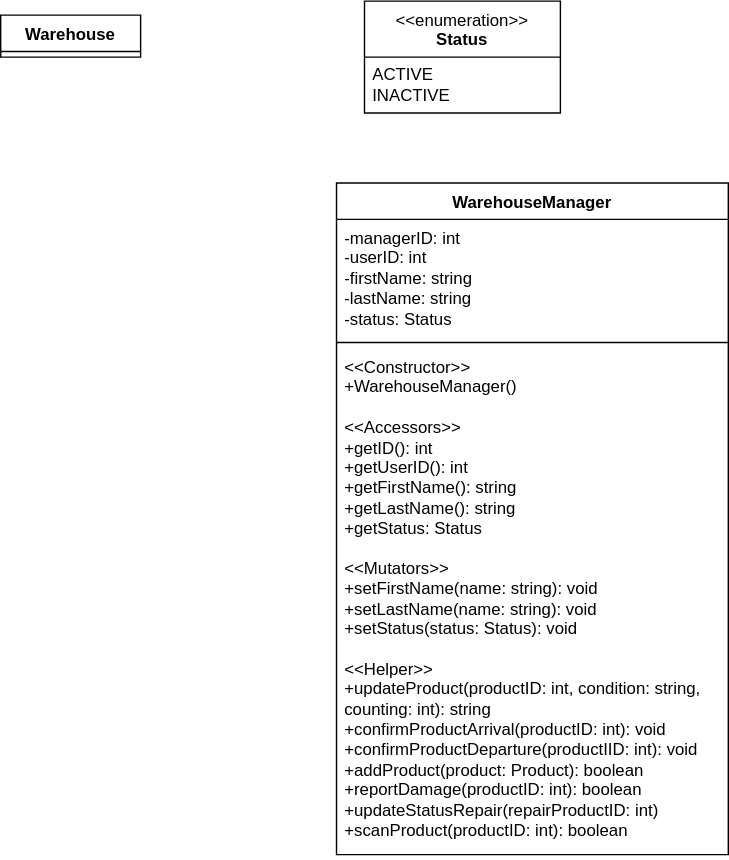
Earlier version of the draw.io export nsirh-classes.svg (Simamkele88/IFM3_GP). Source tidied: cells renumbered, new cells last; positions are measured from the earlier drawing's top-left corner, leaving out a move shared by most shapes.
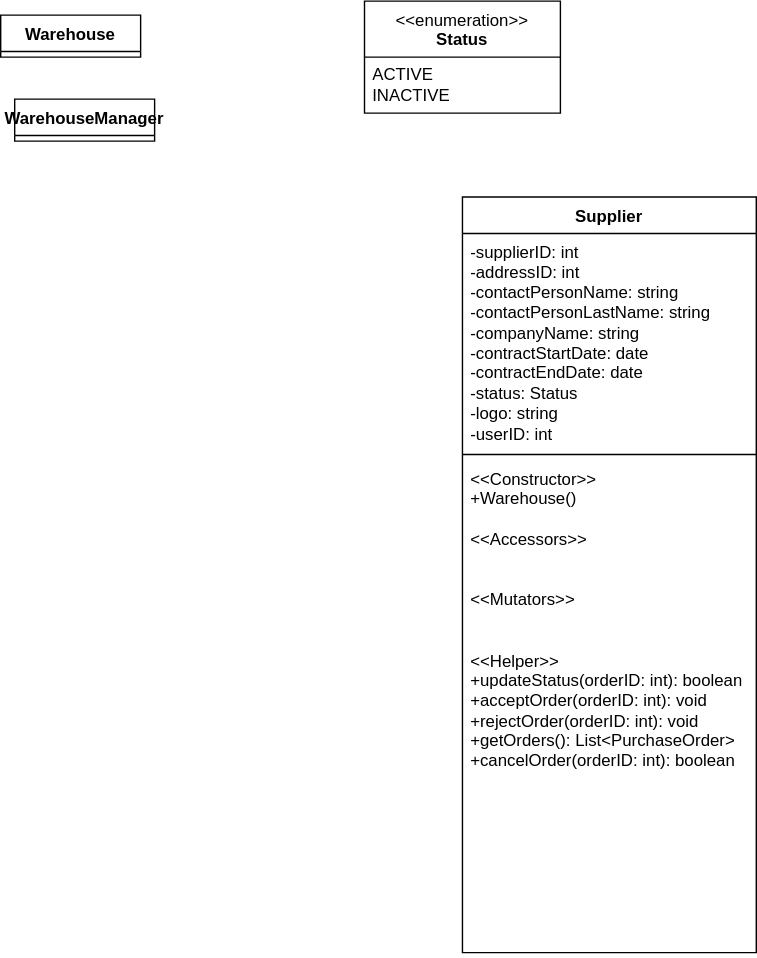
The same diagram one commit later.

What changed in the source:
```diff
@@ -11,17 +11,20 @@
     <mxCell id="4" value="ACTIVE&lt;div&gt;INACTIVE&lt;/div&gt;" style="text;html=1;strokeColor=none;fillColor=none;align=left;verticalAlign=middle;spacingLeft=4;spacingRight=4;overflow=hidden;whiteSpace=wrap;" parent="3" vertex="1">
       <mxGeometry y="40" width="140" height="40" as="geometry" />
     </mxCell>
-    <mxCell id="5" value="WarehouseManager" style="swimlane;fontStyle=1;align=center;verticalAlign=top;horizontal=1;startSize=26;whiteSpace=wrap;html=1;" parent="1" vertex="1">
-      <mxGeometry x="240" y="130" width="280" height="480" as="geometry" />
+    <mxCell id="5" value="WarehouseManager" style="swimlane;fontStyle=1;align=center;verticalAlign=top;horizontal=1;startSize=26;whiteSpace=wrap;html=1;" parent="1" vertex="1" collapsed="1">
+      <mxGeometry x="10" y="70" width="100" height="30" as="geometry" />
     </mxCell>
-    <mxCell id="6" value="-managerID: int&lt;div&gt;-userID: int&lt;/div&gt;&lt;div&gt;-firstName: string&lt;/div&gt;&lt;div&gt;-lastName: string&lt;/div&gt;&lt;div&gt;-status: Status&lt;/div&gt;&lt;div&gt;&lt;br&gt;&lt;/div&gt;" style="text;strokeColor=none;fillColor=none;align=left;verticalAlign=top;spacingLeft=4;spacingRight=4;overflow=hidden;whiteSpace=wrap;html=1;" parent="5" vertex="1">
-      <mxGeometry y="26" width="280" height="84" as="geometry" />
-    </mxCell>
-    <mxCell id="7" style="line;strokeWidth=1;fillColor=none;align=left;verticalAlign=middle;spacingTop=-1;spacingLeft=3;spacingRight=3;labelPosition=right;strokeColor=inherit;" parent="5" vertex="1">
-      <mxGeometry y="110" width="280" height="8" as="geometry" />
-    </mxCell>
-    <mxCell id="8" value="&amp;lt;&amp;lt;Constructor&amp;gt;&amp;gt;&lt;div&gt;+WarehouseManager()&lt;/div&gt;&lt;div&gt;&lt;br&gt;&lt;/div&gt;&lt;div&gt;&amp;lt;&amp;lt;Accessors&amp;gt;&amp;gt;&lt;/div&gt;&lt;div&gt;+getID(): int&lt;/div&gt;&lt;div&gt;+getUserID(): int&lt;/div&gt;&lt;div&gt;+getFirstName(): string&lt;/div&gt;&lt;div&gt;+getLastName(): string&lt;/div&gt;&lt;div&gt;+getStatus: Status&lt;/div&gt;&lt;div&gt;&lt;br&gt;&lt;/div&gt;&lt;div&gt;&amp;lt;&amp;lt;Mutators&amp;gt;&amp;gt;&lt;/div&gt;&lt;div&gt;+setFirstName(name: string): void&lt;/div&gt;&lt;div&gt;+s&lt;span style=&quot;background-color: transparent; color: light-dark(rgb(0, 0, 0), rgb(255, 255, 255));&quot;&gt;etLastName(name: string): void&lt;/span&gt;&lt;/div&gt;&lt;div&gt;+setStatus(status: Status): void&lt;/div&gt;&lt;div&gt;&lt;br&gt;&lt;/div&gt;&lt;div&gt;&amp;lt;&amp;lt;Helper&amp;gt;&amp;gt;&lt;/div&gt;&lt;div&gt;+updateProduct(productID: int, condition: string, counting: int): string&lt;/div&gt;&lt;div&gt;+confirmProductArrival(productID: int): void&lt;/div&gt;&lt;div&gt;+confirmProductDeparture(productIID: int): void&lt;/div&gt;&lt;div&gt;+addProduct(product: Product): boolean&lt;/div&gt;&lt;div&gt;+reportDamage(productID: int): boolean&lt;/div&gt;&lt;div&gt;+updateStatusRepair(repairProductID: int)&lt;/div&gt;&lt;div&gt;+scanProduct(productID: int): boolean&lt;/div&gt;" style="text;strokeColor=none;fillColor=none;align=left;verticalAlign=top;spacingLeft=4;spacingRight=4;overflow=hidden;whiteSpace=wrap;html=1;" parent="5" vertex="1">
-      <mxGeometry y="118" width="280" height="362" as="geometry" />
-    </mxCell>
+    <mxCell id="9" value="Supplier" style="swimlane;fontStyle=1;align=center;verticalAlign=top;horizontal=1;startSize=26;whiteSpace=wrap;html=1;" parent="1" vertex="1">
+      <mxGeometry x="330" y="140" width="210" height="540" as="geometry" />
+    </mxCell>
+    <mxCell id="10" value="-supplierID: int&lt;div&gt;-addressID: int&lt;/div&gt;&lt;div&gt;-contactPersonName: string&lt;/div&gt;&lt;div&gt;-contactPersonLastName: string&lt;/div&gt;&lt;div&gt;-companyName: string&lt;/div&gt;&lt;div&gt;-contractStartDate: date&lt;/div&gt;&lt;div&gt;-contractEndDate: date&lt;/div&gt;&lt;div&gt;-status: Status&lt;/div&gt;&lt;div&gt;-logo: string&lt;/div&gt;&lt;div&gt;-userID: int&lt;/div&gt;" style="text;strokeColor=none;fillColor=none;align=left;verticalAlign=top;spacingLeft=4;spacingRight=4;overflow=hidden;whiteSpace=wrap;html=1;" parent="9" vertex="1">
+      <mxGeometry y="26" width="210" height="154" as="geometry" />
+    </mxCell>
+    <mxCell id="11" style="line;strokeWidth=1;fillColor=none;align=left;verticalAlign=middle;spacingTop=-1;spacingLeft=3;spacingRight=3;labelPosition=right;strokeColor=inherit;" parent="9" vertex="1">
+      <mxGeometry y="180" width="210" height="8" as="geometry" />
+    </mxCell>
+    <mxCell id="12" value="&amp;lt;&amp;lt;Constructor&amp;gt;&amp;gt;&lt;div&gt;+Warehouse()&lt;/div&gt;&lt;div&gt;&lt;br&gt;&lt;/div&gt;&lt;div&gt;&amp;lt;&amp;lt;Accessors&amp;gt;&amp;gt;&lt;/div&gt;&lt;div&gt;&lt;br&gt;&lt;/div&gt;&lt;div&gt;&lt;br&gt;&lt;/div&gt;&lt;div&gt;&amp;lt;&amp;lt;Mutators&amp;gt;&amp;gt;&lt;/div&gt;&lt;div&gt;&lt;br&gt;&lt;/div&gt;&lt;div&gt;&lt;br&gt;&lt;/div&gt;&lt;div&gt;&amp;lt;&amp;lt;Helper&amp;gt;&amp;gt;&lt;/div&gt;&lt;div&gt;+updateStatus(orderID: int): boolean&lt;/div&gt;&lt;div&gt;+acceptOrder(orderID: int): void&lt;/div&gt;&lt;div&gt;+rejectOrder(orderID: int): void&lt;/div&gt;&lt;div&gt;+getOrders(): List&amp;lt;PurchaseOrder&amp;gt;&lt;/div&gt;&lt;div&gt;+cancelOrder(orderID: int): boolean&lt;/div&gt;&lt;div&gt;&lt;br&gt;&lt;/div&gt;" style="text;strokeColor=none;fillColor=none;align=left;verticalAlign=top;spacingLeft=4;spacingRight=4;overflow=hidden;whiteSpace=wrap;html=1;" parent="9" vertex="1">
+      <mxGeometry y="188" width="210" height="352" as="geometry" />
+    </mxCell>
   </root>
 </mxGraphModel>
```
